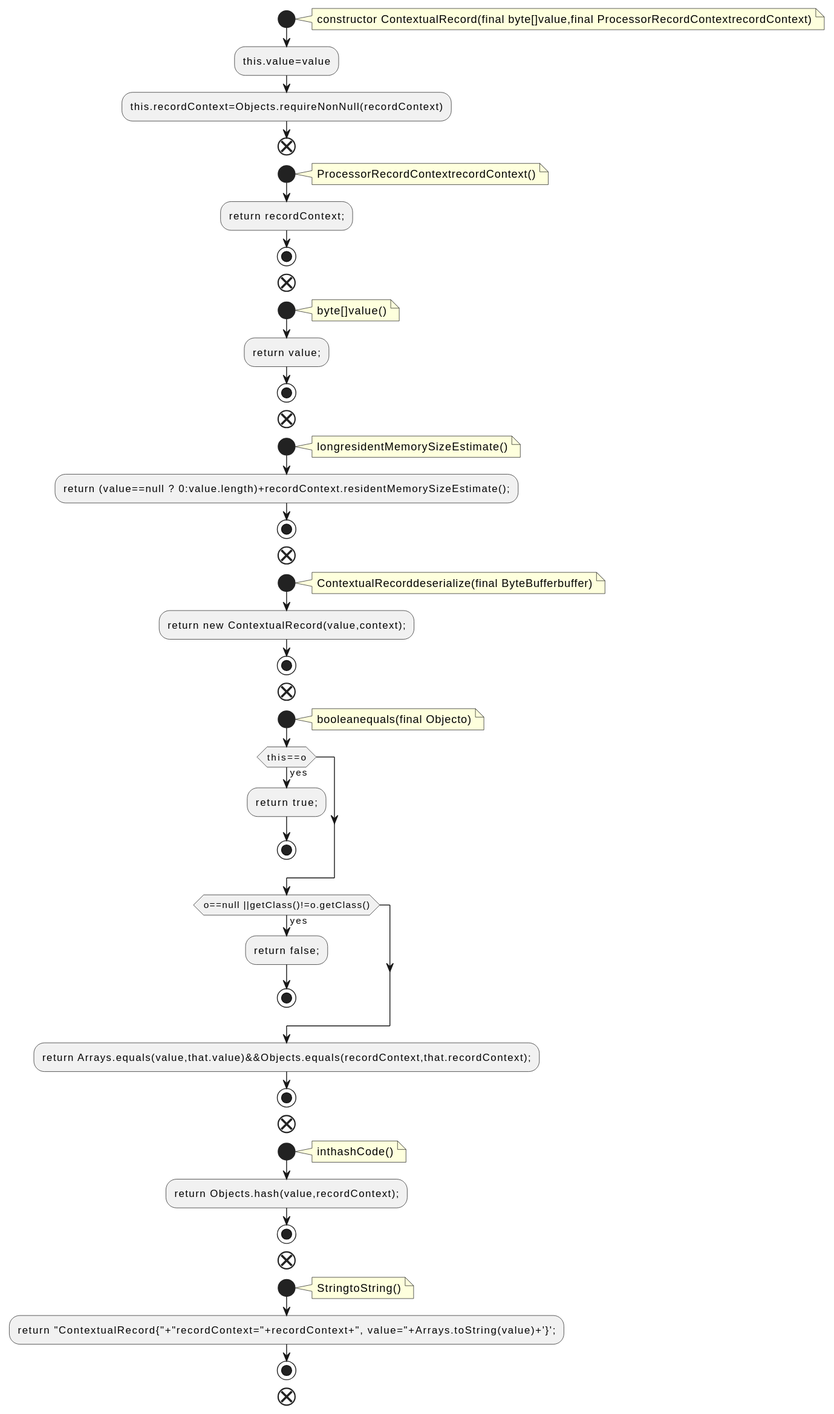
qualitesys/kafka keeps this PlantUML diagram as docs/qc/streams/src/main/java/org/apache/kafka/streams/state/internals/ContextualRecord.java.fct.svg. Above is the earlier version.
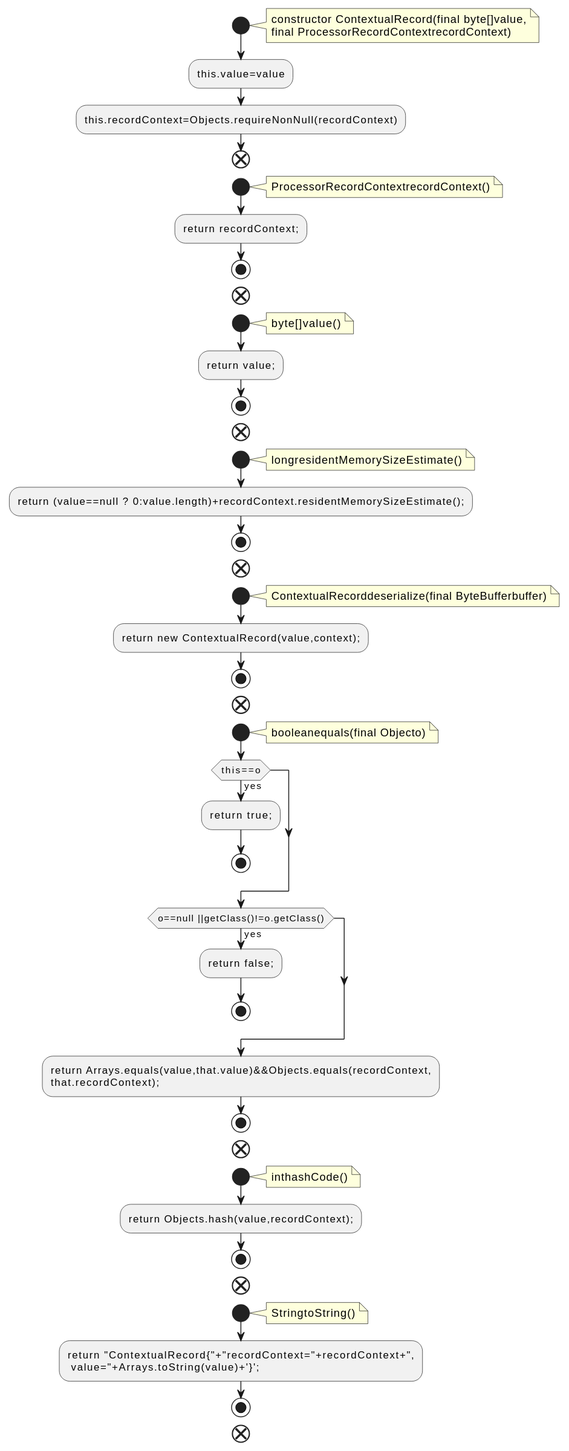
After the change.

The edit, as a diff of the source:
```diff
@@ -2,7 +2,8 @@
 !pragma layout smetana
 start
 note right
-constructor ContextualRecord(final byte[]value,final ProcessorRecordContextrecordContext)
+constructor ContextualRecord(final byte[]value,
+final ProcessorRecordContextrecordContext)
 end note
 :this.value=value;
 :this.recordContext=Objects.requireNonNull(recordContext);
@@ -47,7 +48,8 @@
 :return false;;
 stop
 endif
-:return Arrays.equals(value,that.value)&&Objects.equals(recordContext,that.recordContext);;
+:return Arrays.equals(value,that.value)&&Objects.equals(recordContext,
+that.recordContext);;
 stop
 end
 start
@@ -61,7 +63,8 @@
 note right
 StringtoString()
 end note
-:return "ContextualRecord{"+"recordContext="+recordContext+", value="+Arrays.toString(value)+'}';;
+:return "ContextualRecord{"+"recordContext="+recordContext+",
+ value="+Arrays.toString(value)+'}';;
 stop
 end
 @enduml
```
